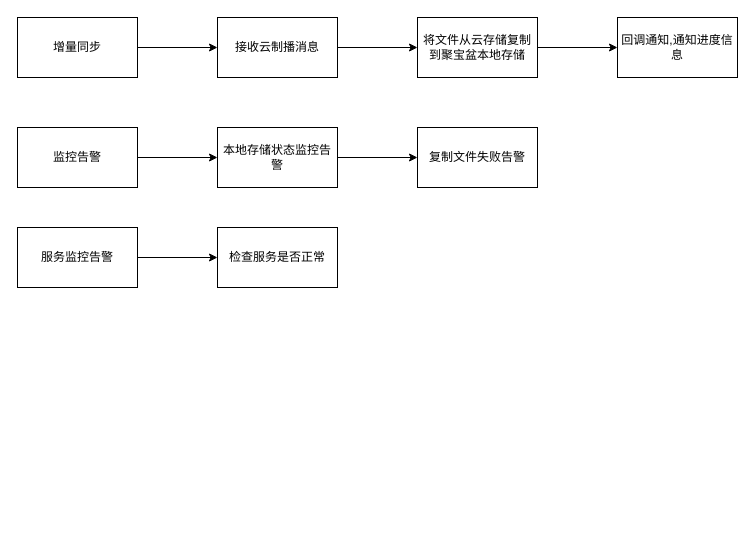
This is 同步服务.drawio from hnzhouzhoujay/Activity, a draw.io file, before an edit. Source tidied: cells renumbered, new cells numbered last; positions are measured from the earlier drawing's top-left corner, leaving out a move shared by most shapes. Both pictures are drawn from the tidied source at 100%, with x=0, y=0 at pixel (17, 17).
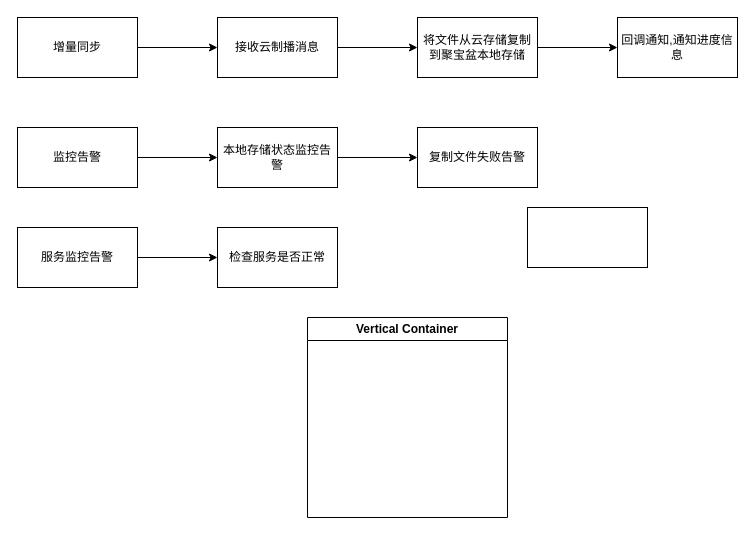
The same diagram, later.

Commit message:
更新同步服务.drawio

Diff of the diagram source:
```diff
@@
 <mxGraphModel>
   <root>
     <mxCell id="0" />
     <mxCell id="1" parent="0" />
     <mxCell id="2" style="edgeStyle=orthogonalEdgeStyle;rounded=0;jettySize=auto;html=1;" parent="1" edge="1" source="3" target="5">
       <mxGeometry relative="1" as="geometry" />
     </mxCell>
     <mxCell id="3" value="增量同步" style="rounded=0;whiteSpace=wrap;html=1;" parent="1" vertex="1">
       <mxGeometry width="120" height="60" as="geometry" />
     </mxCell>
     <mxCell id="4" style="edgeStyle=orthogonalEdgeStyle;rounded=0;jettySize=auto;html=1;" parent="1" edge="1" source="5" target="7">
       <mxGeometry relative="1" as="geometry" />
     </mxCell>
     <mxCell id="5" value="接收云制播消息" style="rounded=0;whiteSpace=wrap;html=1;" parent="1" vertex="1">
       <mxGeometry x="200" width="120" height="60" as="geometry" />
     </mxCell>
     <mxCell id="6" style="edgeStyle=orthogonalEdgeStyle;rounded=0;jettySize=auto;html=1;" parent="1" edge="1" source="7" target="8">
       <mxGeometry relative="1" as="geometry" />
     </mxCell>
     <mxCell id="7" value="将文件从云存储复制到聚宝盆本地存储" style="rounded=0;whiteSpace=wrap;html=1;" parent="1" vertex="1">
       <mxGeometry x="400" width="120" height="60" as="geometry" />
     </mxCell>
     <mxCell id="8" value="回调通知,通知进度信息" style="rounded=0;whiteSpace=wrap;html=1;" parent="1" vertex="1">
       <mxGeometry x="600" width="120" height="60" as="geometry" />
     </mxCell>
     <mxCell id="9" style="edgeStyle=orthogonalEdgeStyle;rounded=0;jettySize=auto;html=1;" parent="1" edge="1" source="10" target="14">
       <mxGeometry relative="1" as="geometry" />
     </mxCell>
     <mxCell id="10" value="监控告警" style="rounded=0;whiteSpace=wrap;html=1;" parent="1" vertex="1">
       <mxGeometry y="110" width="120" height="60" as="geometry" />
     </mxCell>
     <mxCell id="11" style="edgeStyle=orthogonalEdgeStyle;rounded=0;jettySize=auto;html=1;" parent="1" edge="1" source="12" target="16">
       <mxGeometry relative="1" as="geometry" />
     </mxCell>
     <mxCell id="12" value="服务监控告警" style="rounded=0;whiteSpace=wrap;html=1;" parent="1" vertex="1">
       <mxGeometry y="210" width="120" height="60" as="geometry" />
     </mxCell>
     <mxCell id="13" style="edgeStyle=orthogonalEdgeStyle;rounded=0;jettySize=auto;html=1;" parent="1" edge="1" source="14" target="15">
       <mxGeometry relative="1" as="geometry" />
     </mxCell>
     <mxCell id="14" value="本地存储状态监控告警" style="rounded=0;whiteSpace=wrap;html=1;" parent="1" vertex="1">
       <mxGeometry x="200" y="110" width="120" height="60" as="geometry" />
     </mxCell>
     <mxCell id="15" value="复制文件失败告警" style="rounded=0;whiteSpace=wrap;html=1;" parent="1" vertex="1">
       <mxGeometry x="400" y="110" width="120" height="60" as="geometry" />
     </mxCell>
     <mxCell id="16" value="检查服务是否正常" style="rounded=0;whiteSpace=wrap;html=1;" parent="1" vertex="1">
       <mxGeometry x="200" y="210" width="120" height="60" as="geometry" />
     </mxCell>
+    <mxCell id="17" style="rounded=0;whiteSpace=wrap;html=1;" parent="1" vertex="1">
+      <mxGeometry x="510" y="190" width="120" height="60" as="geometry" />
+    </mxCell>
+    <mxCell id="18" value="Vertical Container" style="swimlane;whiteSpace=wrap;html=1;" parent="1" vertex="1">
+      <mxGeometry x="290" y="300" width="200" height="200" as="geometry" />
+    </mxCell>
   </root>
 </mxGraphModel>
```
